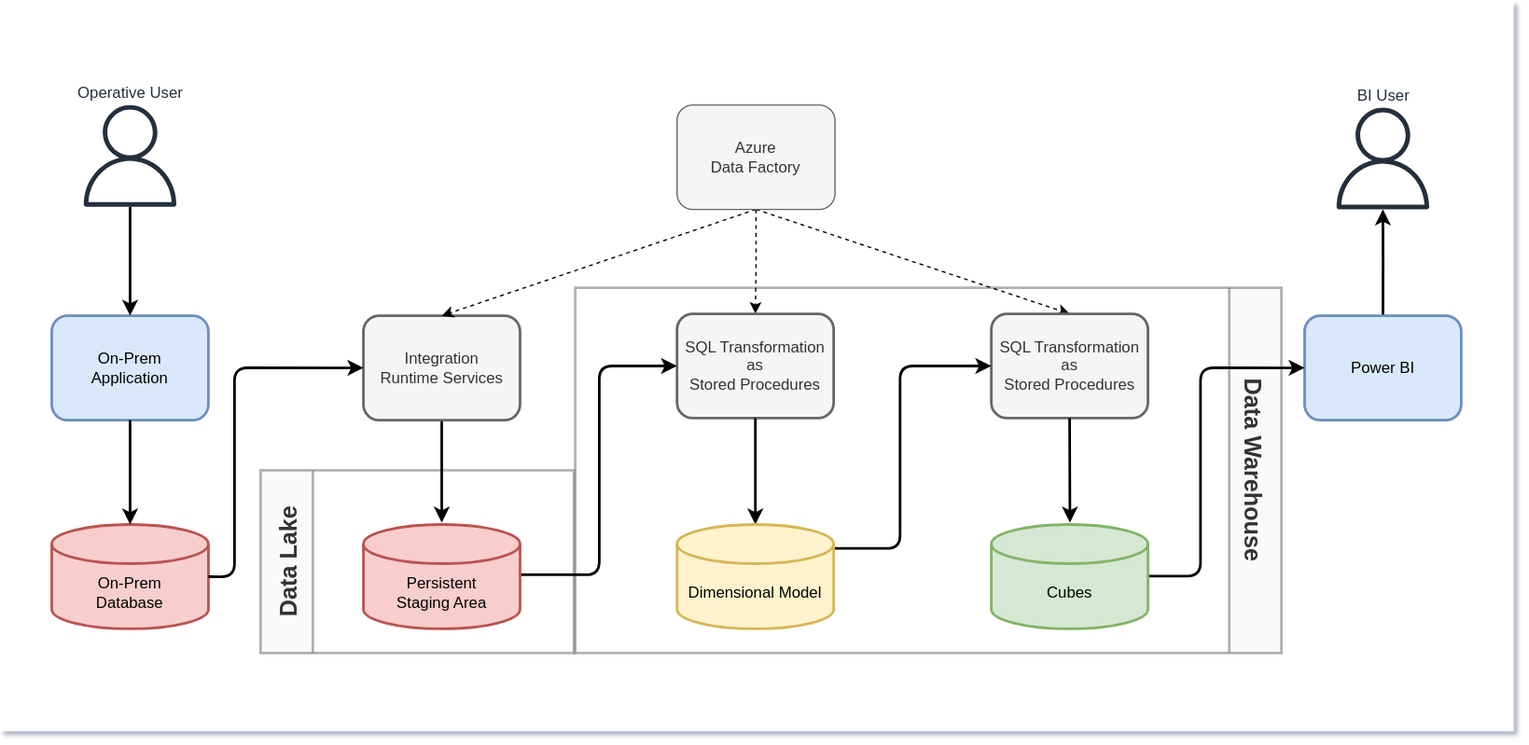
Above: architecture-overview.drawio.svg in petracarrion/pareto-data-platform (draw.io), before the change. Source tidied: cells renumbered, new cells last; positions are measured from the earlier drawing's top-left corner, leaving out a move shared by most shapes.
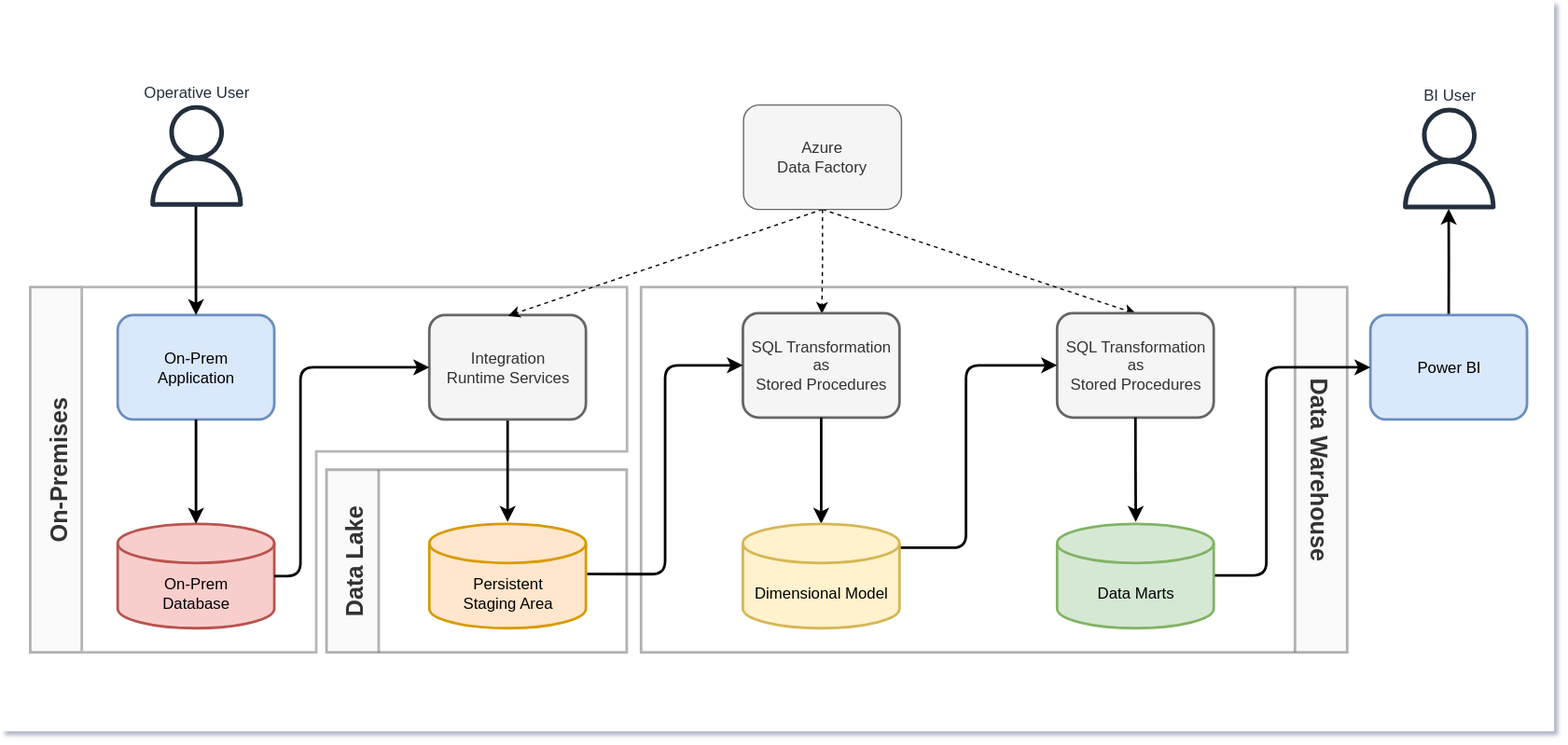
The same file after the commit.

The edit, as a diff of the source:
```diff
@@ -3,15 +3,21 @@
     <mxCell id="0" />
     <mxCell id="1" parent="0" />
     <mxCell id="2" style="rounded=0;whiteSpace=wrap;html=1;strokeColor=none;" parent="1" vertex="1">
-      <mxGeometry width="1160" height="560" as="geometry" />
+      <mxGeometry x="-50" width="1190" height="560" as="geometry" />
     </mxCell>
     <mxCell id="3" value="Data Lake" style="swimlane;horizontal=0;fontSize=18;startSize=40;strokeWidth=2;opacity=50;fillColor=#f5f5f5;fontColor=#333333;strokeColor=#666666;" parent="1" vertex="1">
-      <mxGeometry x="200" y="360" width="240" height="140" as="geometry" />
+      <mxGeometry x="200" y="360" width="230" height="140" as="geometry" />
     </mxCell>
     <mxCell id="4" value="Data Warehouse" style="swimlane;horizontal=0;fontSize=18;startSize=40;rotation=-180;strokeWidth=2;opacity=50;fillColor=#f5f5f5;fontColor=#333333;strokeColor=#666666;" parent="1" vertex="1">
       <mxGeometry x="441" y="220" width="541" height="280" as="geometry" />
     </mxCell>
+    <mxCell id="31" value="On-Premises" style="swimlane;horizontal=0;fontSize=18;startSize=40;strokeWidth=2;opacity=50;fillColor=#f5f5f5;fontColor=#333333;strokeColor=#666666;" parent="1" vertex="1">
+      <mxGeometry x="-27" y="220" width="40" height="280" as="geometry" />
+    </mxCell>
     <mxCell id="5" value="Overview" parent="0" />
+    <mxCell id="32" style="shape=mxgraph.basic.polygon;polyCoords=[[0,1],[0.43,1],[0.43,0.45],[1,0.45],[1,0],[0,0]];polyCurves=[[],[],[],[],[]];polyline=0;whiteSpace=wrap;html=1;strokeColor=#B6B6B6;strokeWidth=2;" parent="5" vertex="1">
+      <mxGeometry x="12.5" y="220" width="417.7" height="280" as="geometry" />
+    </mxCell>
     <mxCell id="6" style="edgeStyle=orthogonalEdgeStyle;rounded=0;jettySize=auto;html=1;strokeWidth=2;" parent="5" edge="1" source="7">
       <mxGeometry relative="1" as="geometry">
         <mxPoint x="338.8" y="400" as="targetPoint" />
@@ -97,13 +103,13 @@
     <mxCell id="27" value="BI User" style="sketch=0;outlineConnect=0;fontColor=#232F3E;gradientColor=none;fillColor=#232F3D;strokeColor=none;dashed=0;verticalLabelPosition=top;verticalAlign=bottom;align=center;html=1;fontSize=12;fontStyle=0;shape=mxgraph.aws4.user;labelPosition=center;" parent="5" vertex="1">
       <mxGeometry x="1020.8" y="82" width="78" height="78" as="geometry" />
     </mxCell>
-    <mxCell id="28" value="Persistent&lt;div&gt;Staging Area&lt;/div&gt;" style="shape=cylinder3;whiteSpace=wrap;html=1;boundedLbl=1;backgroundOutline=1;size=15;fillColor=#f8cecc;strokeColor=#b85450;strokeWidth=2;perimeterSpacing=0;" parent="5" vertex="1">
+    <mxCell id="28" value="Persistent&lt;div&gt;Staging Area&lt;/div&gt;" style="shape=cylinder3;whiteSpace=wrap;html=1;boundedLbl=1;backgroundOutline=1;size=15;fillColor=#ffe6cc;strokeColor=#d79b00;strokeWidth=2;perimeterSpacing=0;" parent="5" vertex="1">
       <mxGeometry x="278.8" y="401.5" width="120" height="80" as="geometry" />
     </mxCell>
     <mxCell id="29" value="Dimensional Model" style="shape=cylinder3;whiteSpace=wrap;html=1;boundedLbl=1;backgroundOutline=1;size=15;fillColor=#fff2cc;strokeColor=#d6b656;strokeWidth=2;perimeterSpacing=0;" parent="5" vertex="1">
       <mxGeometry x="519" y="401.5" width="120" height="80" as="geometry" />
     </mxCell>
-    <mxCell id="30" value="Cubes" style="shape=cylinder3;whiteSpace=wrap;html=1;boundedLbl=1;backgroundOutline=1;size=15;fillColor=#d5e8d4;strokeColor=#82b366;strokeWidth=2;perimeterSpacing=0;" parent="5" vertex="1">
+    <mxCell id="30" value="Data Marts" style="shape=cylinder3;whiteSpace=wrap;html=1;boundedLbl=1;backgroundOutline=1;size=15;fillColor=#d5e8d4;strokeColor=#82b366;strokeWidth=2;perimeterSpacing=0;" parent="5" vertex="1">
       <mxGeometry x="759.8" y="401.5" width="120" height="80" as="geometry" />
     </mxCell>
   </root>
```
